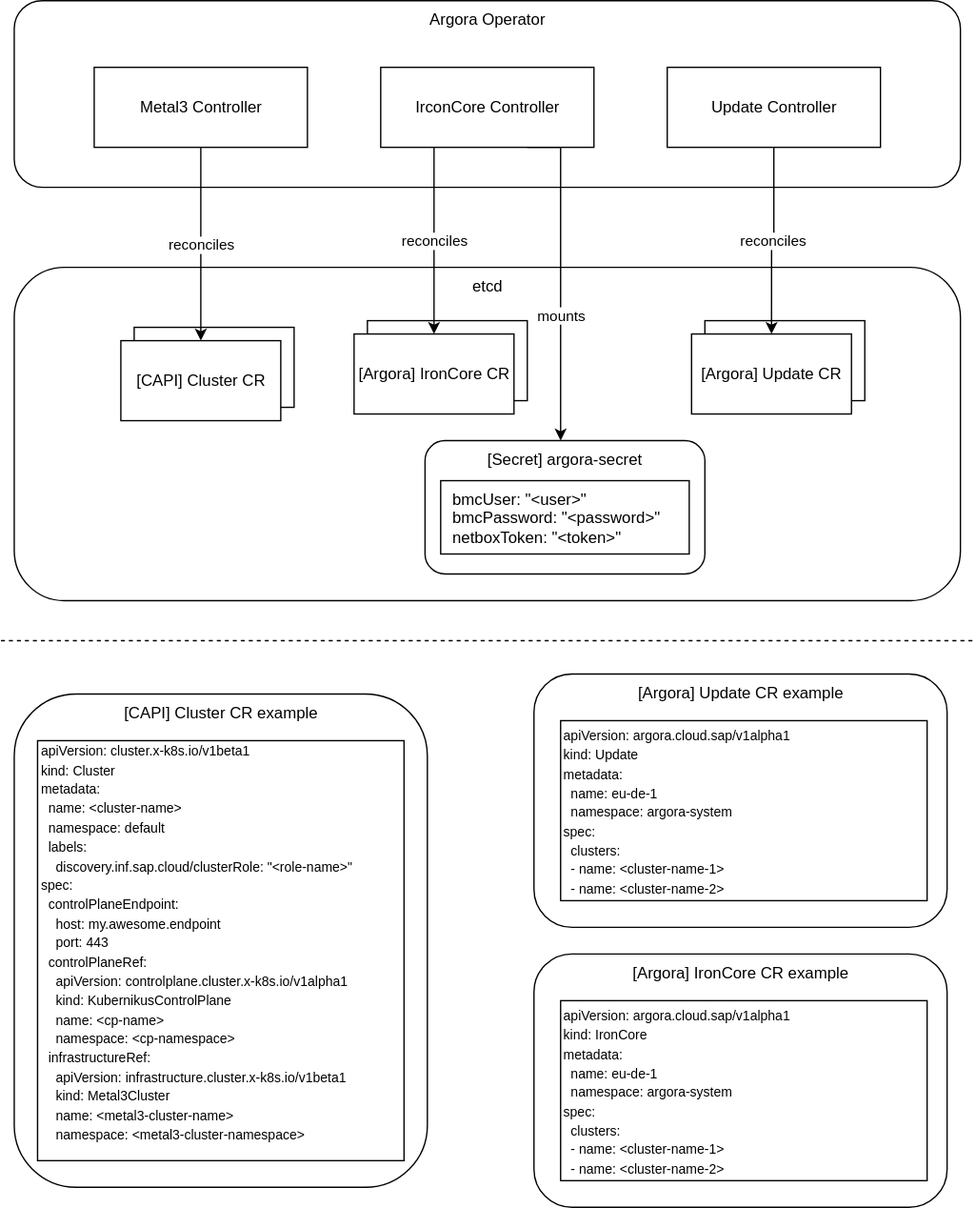
This is docs/architecture/argora.svg from sapcc/argora, a draw.io export, as it was before one commit. Source tidied: cells renumbered, new cells last; positions are measured from the earlier drawing's top-left corner, leaving out a move shared by most shapes.
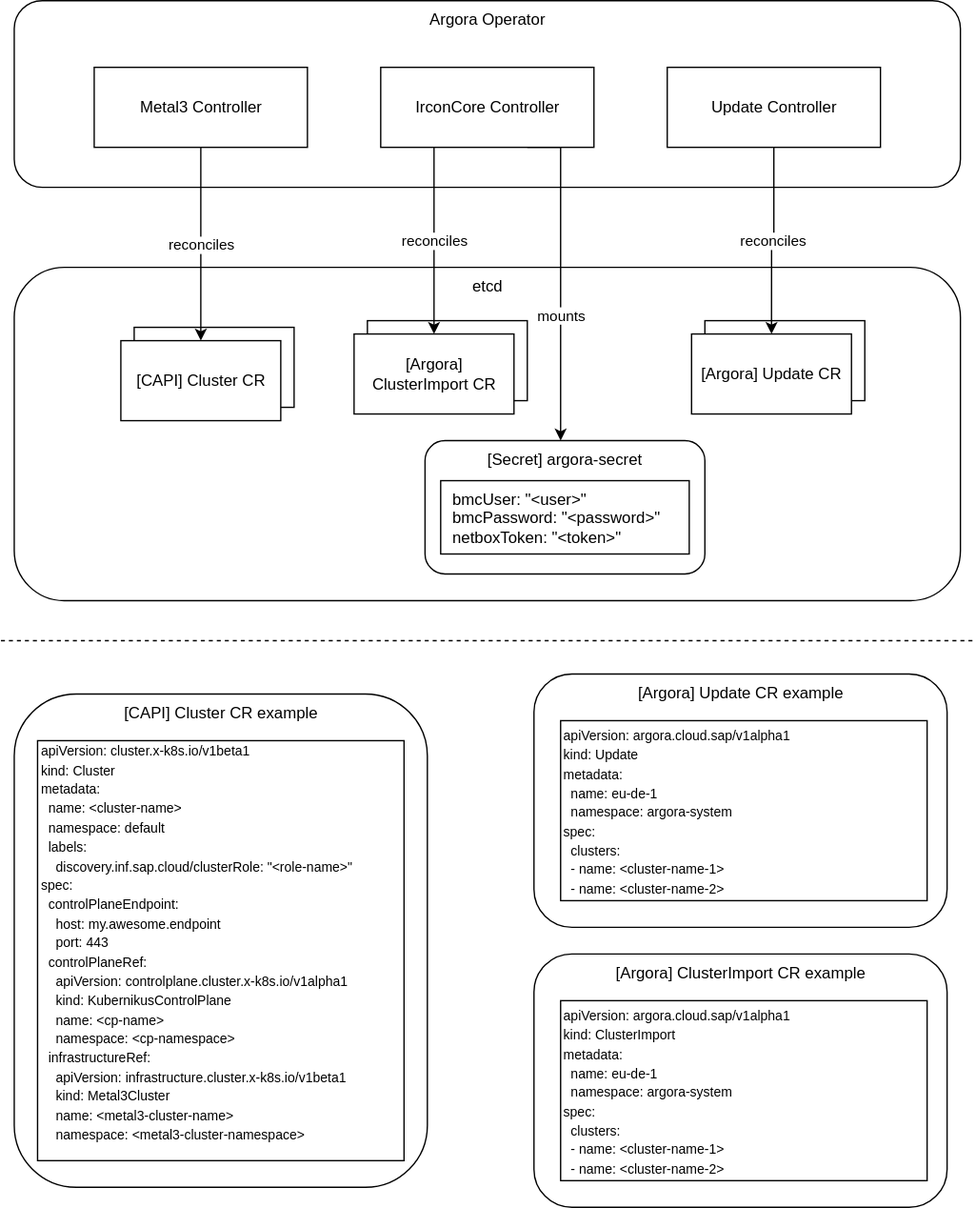
After the commit.

Change to the diagram source:
```diff
@@ -71,16 +71,16 @@
     <mxCell id="21" value="&lt;div&gt;&lt;span style=&quot;font-size: 10px;&quot;&gt;apiVersion: argora.cloud.sap/v1alpha1&lt;/span&gt;&lt;/div&gt;&lt;div&gt;&lt;span style=&quot;font-size: 10px;&quot;&gt;kind: Update&lt;/span&gt;&lt;/div&gt;&lt;div&gt;&lt;span style=&quot;font-size: 10px;&quot;&gt;metadata:&lt;/span&gt;&lt;/div&gt;&lt;div&gt;&lt;span style=&quot;font-size: 10px; background-color: transparent; color: light-dark(rgb(0, 0, 0), rgb(255, 255, 255));&quot;&gt;&amp;nbsp; name: eu-de-1&lt;/span&gt;&lt;/div&gt;&lt;div&gt;&lt;span style=&quot;font-size: 10px;&quot;&gt;&amp;nbsp; namespace: argora-system&lt;/span&gt;&lt;/div&gt;&lt;div&gt;&lt;span style=&quot;font-size: 10px; background-color: transparent; color: light-dark(rgb(0, 0, 0), rgb(255, 255, 255));&quot;&gt;spec:&lt;/span&gt;&lt;/div&gt;&lt;div&gt;&lt;span style=&quot;font-size: 10px;&quot;&gt;&amp;nbsp; clusters:&lt;/span&gt;&lt;/div&gt;&lt;div&gt;&lt;span style=&quot;font-size: 10px;&quot;&gt;&amp;nbsp; - name: &amp;lt;cluster-name-1&amp;gt;&lt;/span&gt;&lt;/div&gt;&lt;div&gt;&lt;span style=&quot;font-size: 10px;&quot;&gt;&amp;nbsp; - name:&amp;nbsp;&lt;/span&gt;&lt;span style=&quot;font-size: 10px; background-color: transparent; color: light-dark(rgb(0, 0, 0), rgb(255, 255, 255));&quot;&gt;&amp;lt;cluster-name-2&amp;gt;&lt;/span&gt;&lt;span style=&quot;font-size: 10px;&quot;&gt;&lt;br&gt;&lt;/span&gt;&lt;/div&gt;" style="rounded=0;whiteSpace=wrap;html=1;align=left;" parent="1" vertex="1">
       <mxGeometry x="420" y="540" width="275" height="135" as="geometry" />
     </mxCell>
-    <mxCell id="22" value="[Argora] IronCore CR example" style="rounded=1;whiteSpace=wrap;html=1;verticalAlign=top;" parent="1" vertex="1">
+    <mxCell id="22" value="[Argora] ClusterImport CR example" style="rounded=1;whiteSpace=wrap;html=1;verticalAlign=top;" parent="1" vertex="1">
       <mxGeometry x="400" y="715" width="310" height="190" as="geometry" />
     </mxCell>
-    <mxCell id="23" value="&lt;div&gt;&lt;span style=&quot;font-size: 10px;&quot;&gt;apiVersion: argora.cloud.sap/v1alpha1&lt;/span&gt;&lt;/div&gt;&lt;div&gt;&lt;span style=&quot;font-size: 10px;&quot;&gt;kind: IronCore&lt;/span&gt;&lt;/div&gt;&lt;div&gt;&lt;span style=&quot;font-size: 10px;&quot;&gt;metadata:&lt;/span&gt;&lt;/div&gt;&lt;div&gt;&lt;span style=&quot;font-size: 10px; background-color: transparent; color: light-dark(rgb(0, 0, 0), rgb(255, 255, 255));&quot;&gt;&amp;nbsp; name: eu-de-1&lt;/span&gt;&lt;/div&gt;&lt;div&gt;&lt;span style=&quot;font-size: 10px;&quot;&gt;&amp;nbsp; namespace: argora-system&lt;/span&gt;&lt;/div&gt;&lt;div&gt;&lt;span style=&quot;font-size: 10px; background-color: transparent; color: light-dark(rgb(0, 0, 0), rgb(255, 255, 255));&quot;&gt;spec:&lt;/span&gt;&lt;/div&gt;&lt;div&gt;&lt;span style=&quot;font-size: 10px;&quot;&gt;&amp;nbsp; clusters:&lt;/span&gt;&lt;/div&gt;&lt;div&gt;&lt;span style=&quot;font-size: 10px;&quot;&gt;&amp;nbsp; - name: &amp;lt;cluster-name-1&amp;gt;&lt;/span&gt;&lt;/div&gt;&lt;div&gt;&lt;span style=&quot;font-size: 10px;&quot;&gt;&amp;nbsp; - name:&amp;nbsp;&lt;/span&gt;&lt;span style=&quot;font-size: 10px; background-color: transparent; color: light-dark(rgb(0, 0, 0), rgb(255, 255, 255));&quot;&gt;&amp;lt;cluster-name-2&amp;gt;&lt;/span&gt;&lt;span style=&quot;font-size: 10px;&quot;&gt;&lt;br&gt;&lt;/span&gt;&lt;/div&gt;" style="rounded=0;whiteSpace=wrap;html=1;align=left;" parent="1" vertex="1">
+    <mxCell id="23" value="&lt;div&gt;&lt;span style=&quot;font-size: 10px;&quot;&gt;apiVersion: argora.cloud.sap/v1alpha1&lt;/span&gt;&lt;/div&gt;&lt;div&gt;&lt;span style=&quot;font-size: 10px;&quot;&gt;kind: ClusterImport&lt;/span&gt;&lt;/div&gt;&lt;div&gt;&lt;span style=&quot;font-size: 10px;&quot;&gt;metadata:&lt;/span&gt;&lt;/div&gt;&lt;div&gt;&lt;span style=&quot;font-size: 10px; background-color: transparent; color: light-dark(rgb(0, 0, 0), rgb(255, 255, 255));&quot;&gt;&amp;nbsp; name: eu-de-1&lt;/span&gt;&lt;/div&gt;&lt;div&gt;&lt;span style=&quot;font-size: 10px;&quot;&gt;&amp;nbsp; namespace: argora-system&lt;/span&gt;&lt;/div&gt;&lt;div&gt;&lt;span style=&quot;font-size: 10px; background-color: transparent; color: light-dark(rgb(0, 0, 0), rgb(255, 255, 255));&quot;&gt;spec:&lt;/span&gt;&lt;/div&gt;&lt;div&gt;&lt;span style=&quot;font-size: 10px;&quot;&gt;&amp;nbsp; clusters:&lt;/span&gt;&lt;/div&gt;&lt;div&gt;&lt;span style=&quot;font-size: 10px;&quot;&gt;&amp;nbsp; - name: &amp;lt;cluster-name-1&amp;gt;&lt;/span&gt;&lt;/div&gt;&lt;div&gt;&lt;span style=&quot;font-size: 10px;&quot;&gt;&amp;nbsp; - name:&amp;nbsp;&lt;/span&gt;&lt;span style=&quot;font-size: 10px; background-color: transparent; color: light-dark(rgb(0, 0, 0), rgb(255, 255, 255));&quot;&gt;&amp;lt;cluster-name-2&amp;gt;&lt;/span&gt;&lt;span style=&quot;font-size: 10px;&quot;&gt;&lt;br&gt;&lt;/span&gt;&lt;/div&gt;" style="rounded=0;whiteSpace=wrap;html=1;align=left;" parent="1" vertex="1">
       <mxGeometry x="420" y="750" width="275" height="135" as="geometry" />
     </mxCell>
     <mxCell id="24" style="rounded=0;whiteSpace=wrap;html=1;" parent="1" vertex="1">
       <mxGeometry x="275" y="240" width="120" height="60" as="geometry" />
     </mxCell>
-    <mxCell id="25" value="[Argora] IronCore CR" style="rounded=0;whiteSpace=wrap;html=1;" parent="1" vertex="1">
+    <mxCell id="25" value="[Argora] ClusterImport CR" style="rounded=0;whiteSpace=wrap;html=1;" parent="1" vertex="1">
       <mxGeometry x="265" y="250" width="120" height="60" as="geometry" />
     </mxCell>
     <mxCell id="26" value="reconciles" style="edgeStyle=orthogonalEdgeStyle;rounded=0;jettySize=auto;html=1;entryX=0.5;entryY=0;entryDx=0;entryDy=0;exitX=0.25;exitY=1;exitDx=0;exitDy=0;" parent="1" edge="1" source="6" target="25">
```
